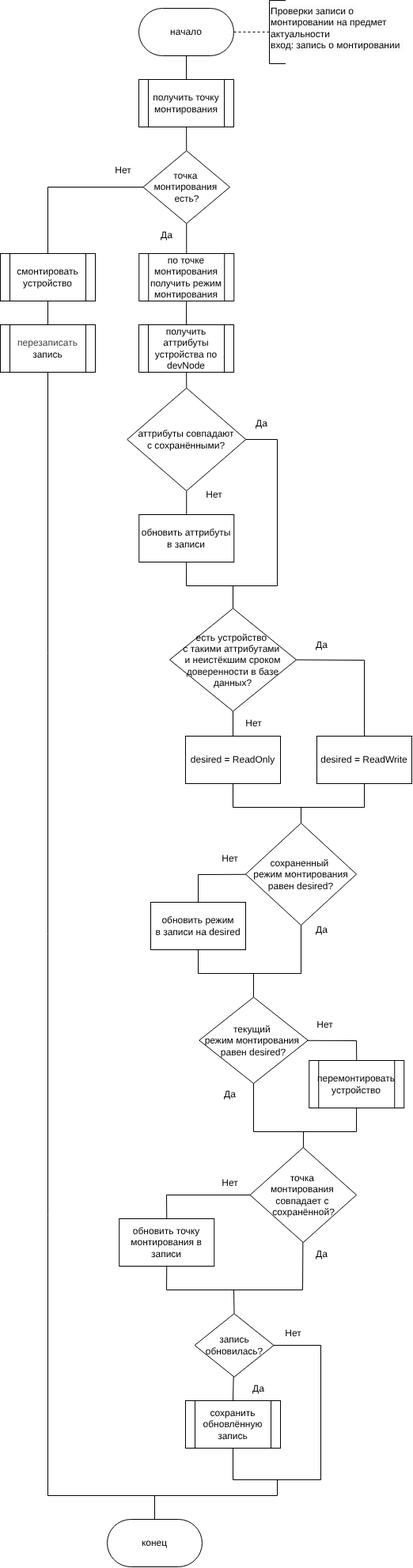
Before: Notes/report/inc/img/refresh_mount_after_reboot_daemon_algo.drawio.png, a diagram exported from draw.io (pitsmit/Diploma_IU7_2026). Source tidied: cells renumbered, new cells last; positions are measured from the earlier drawing's top-left corner, leaving out a move shared by most shapes.
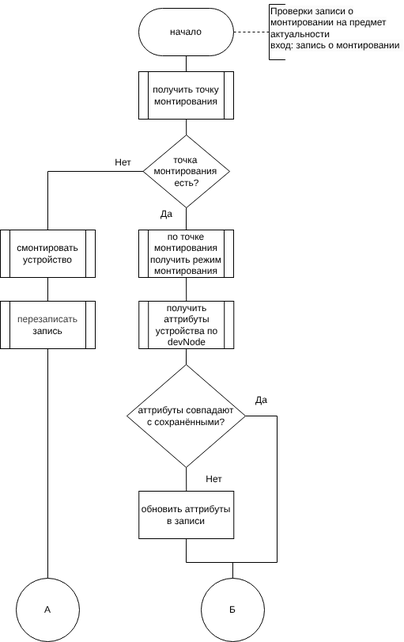
Above is the later version.

The edit, as a diff of the source:
```diff
@@ -9,7 +9,7 @@
       <mxGeometry relative="1" as="geometry" />
     </mxCell>
     <mxCell id="4" value="начало" style="rounded=1;whiteSpace=wrap;html=1;arcSize=50;" parent="1" vertex="1">
-      <mxGeometry x="175" y="10" width="120" height="60" as="geometry" />
+      <mxGeometry x="175" y="20" width="120" height="60" as="geometry" />
     </mxCell>
     <mxCell id="5" style="edgeStyle=none;html=1;entryX=0.5;entryY=0;entryDx=0;entryDy=0;endArrow=none;endFill=0;" parent="1" edge="1" source="6" target="9">
       <mxGeometry relative="1" as="geometry" />
@@ -20,7 +20,7 @@
     <mxCell id="7" style="edgeStyle=none;html=1;exitX=0;exitY=0.5;exitDx=0;exitDy=0;entryX=0.5;entryY=0;entryDx=0;entryDy=0;rounded=0;curved=0;endArrow=none;endFill=0;" parent="1" edge="1" source="9" target="10">
       <mxGeometry relative="1" as="geometry">
         <Array as="points">
-          <mxPoint x="60" y="236" />
+          <mxPoint x="60" y="226" />
         </Array>
       </mxGeometry>
     </mxCell>
@@ -28,244 +28,79 @@
       <mxGeometry relative="1" as="geometry" />
     </mxCell>
     <mxCell id="9" value="&lt;font style=&quot;color: rgb(0, 0, 0);&quot;&gt;точка&amp;nbsp;&lt;/font&gt;&lt;div&gt;&lt;font style=&quot;color: rgb(0, 0, 0);&quot;&gt;монтирования&amp;nbsp;&lt;/font&gt;&lt;div&gt;&lt;font style=&quot;color: rgb(0, 0, 0);&quot;&gt;есть?&lt;/font&gt;&lt;/div&gt;&lt;/div&gt;" style="rhombus;whiteSpace=wrap;html=1;" parent="1" vertex="1">
-      <mxGeometry x="180.5" y="190" width="109.5" height="92" as="geometry" />
+      <mxGeometry x="180.5" y="180" width="109.5" height="92" as="geometry" />
     </mxCell>
     <mxCell id="10" value="&lt;font style=&quot;color: rgb(0, 0, 0);&quot;&gt;смонтировать&lt;/font&gt;&lt;div&gt;&lt;font style=&quot;color: rgb(0, 0, 0);&quot;&gt;устройство&lt;/font&gt;&lt;/div&gt;" style="shape=process;whiteSpace=wrap;html=1;backgroundOutline=1;" parent="1" vertex="1">
-      <mxGeometry y="320" width="120" height="60" as="geometry" />
+      <mxGeometry y="300" width="120" height="60" as="geometry" />
     </mxCell>
     <mxCell id="11" style="edgeStyle=none;html=1;entryX=0.5;entryY=0;entryDx=0;entryDy=0;endArrow=none;endFill=0;exitX=0.5;exitY=1;exitDx=0;exitDy=0;" parent="1" edge="1" source="10" target="38">
       <mxGeometry relative="1" as="geometry" />
     </mxCell>
     <mxCell id="12" value="Да" style="text;html=1;align=center;verticalAlign=middle;strokeColor=none;fillColor=none;" parent="1" vertex="1">
-      <mxGeometry x="190" y="282" width="40" height="30" as="geometry" />
+      <mxGeometry x="190" y="265" width="40" height="30" as="geometry" />
     </mxCell>
     <mxCell id="13" value="Нет" style="text;html=1;align=center;verticalAlign=middle;strokeColor=none;fillColor=none;" parent="1" vertex="1">
       <mxGeometry x="135" y="200" width="40" height="30" as="geometry" />
     </mxCell>
     <mxCell id="14" style="shape=partialRectangle;whiteSpace=wrap;html=1;bottom=1;right=1;left=1;top=0;fillColor=none;routingCenterX=-0.5;direction=south;" parent="1" vertex="1">
-      <mxGeometry x="340" width="20" height="80" as="geometry" />
+      <mxGeometry x="340" y="15" width="20" height="70" as="geometry" />
     </mxCell>
     <mxCell id="15" value="&lt;span style=&quot;color: rgb(0, 0, 0); font-family: Helvetica; font-size: 12px; font-style: normal; font-variant-ligatures: normal; font-variant-caps: normal; font-weight: 400; letter-spacing: normal; orphans: 2; text-align: left; text-indent: 0px; text-transform: none; widows: 2; word-spacing: 0px; -webkit-text-stroke-width: 0px; white-space: normal; background-color: rgb(251, 251, 251); text-decoration-thickness: initial; text-decoration-style: initial; text-decoration-color: initial; float: none; display: inline !important;&quot;&gt;Проверки записи о монтировании на предмет актуальности&lt;/span&gt;&lt;div style=&quot;forced-color-adjust: none; scrollbar-color: rgb(226, 226, 226) rgb(251, 251, 251); font-family: Helvetica; font-size: 12px; font-style: normal; font-variant-ligatures: normal; font-variant-caps: normal; font-weight: 400; letter-spacing: normal; orphans: 2; text-align: left; text-indent: 0px; text-transform: none; widows: 2; word-spacing: 0px; -webkit-text-stroke-width: 0px; white-space: normal; background-color: rgb(251, 251, 251); text-decoration-thickness: initial; text-decoration-style: initial; text-decoration-color: initial;&quot;&gt;&lt;font style=&quot;color: rgb(0, 0, 0);&quot;&gt;вход: запись о монтировании&lt;/font&gt;&lt;/div&gt;" style="text;whiteSpace=wrap;html=1;" parent="1" vertex="1">
-      <mxGeometry x="340" width="170" height="85" as="geometry" />
+      <mxGeometry x="340" y="10" width="170" height="85" as="geometry" />
     </mxCell>
-    <mxCell id="16" style="edgeStyle=none;html=1;endArrow=none;endFill=0;exitX=1;exitY=0.5;exitDx=0;exitDy=0;rounded=0;curved=0;entryX=0.5;entryY=0;entryDx=0;entryDy=0;" parent="1" edge="1" source="19" target="52">
-      <mxGeometry relative="1" as="geometry">
-        <Array as="points">
-          <mxPoint x="460" y="834" />
-        </Array>
-      </mxGeometry>
-    </mxCell>
-    <mxCell id="17" style="edgeStyle=none;html=1;exitX=0.5;exitY=1;exitDx=0;exitDy=0;entryX=0.5;entryY=0;entryDx=0;entryDy=0;endArrow=none;endFill=0;" parent="1" edge="1" source="19" target="51">
-      <mxGeometry relative="1" as="geometry" />
-    </mxCell>
-    <mxCell id="18" style="edgeStyle=none;html=1;endArrow=none;endFill=0;exitX=0.5;exitY=0;exitDx=0;exitDy=0;" parent="1" edge="1" source="19">
+    <mxCell id="18" style="edgeStyle=none;html=1;endArrow=none;endFill=0;exitX=0.5;exitY=0;exitDx=0;exitDy=0;" parent="1" edge="1">
       <mxGeometry relative="1" as="geometry">
-        <mxPoint x="294" y="740" as="targetPoint" />
+        <mxPoint x="294" y="748.5" as="sourcePoint" />
+        <mxPoint x="294" y="720" as="targetPoint" />
       </mxGeometry>
     </mxCell>
-    <mxCell id="19" value="есть устройство&amp;nbsp;&lt;div&gt;&lt;font style=&quot;color: rgb(0, 0, 0);&quot;&gt;с такими аттрибутами&amp;nbsp;&lt;/font&gt;&lt;/div&gt;&lt;div&gt;&lt;font style=&quot;color: rgb(0, 0, 0);&quot;&gt;и неистёкшим сроком доверенности в базе данных?&lt;/font&gt;&lt;/div&gt;" style="rhombus;whiteSpace=wrap;html=1;" parent="1" vertex="1">
-      <mxGeometry x="214" y="768.5" width="160" height="130" as="geometry" />
-    </mxCell>
-    <mxCell id="20" value="Да" style="text;html=1;align=center;verticalAlign=middle;strokeColor=none;fillColor=none;" parent="1" vertex="1">
-      <mxGeometry x="385.5" y="800" width="40" height="30" as="geometry" />
-    </mxCell>
     <mxCell id="21" style="edgeStyle=none;html=1;entryX=0.5;entryY=0;entryDx=0;entryDy=0;endArrow=none;endFill=0;rounded=0;curved=0;" parent="1" edge="1" source="22" target="34">
       <mxGeometry relative="1" as="geometry" />
     </mxCell>
     <mxCell id="22" value="&lt;font style=&quot;scrollbar-color: rgb(226, 226, 226) rgb(251, 251, 251); color: rgb(0, 0, 0);&quot;&gt;аттрибуты совпадают&lt;/font&gt;&lt;div style=&quot;color: rgb(63, 63, 63); scrollbar-color: rgb(226, 226, 226) rgb(251, 251, 251);&quot;&gt;&lt;font style=&quot;scrollbar-color: rgb(226, 226, 226) rgb(251, 251, 251); color: rgb(0, 0, 0);&quot;&gt;с сохранёнными?&lt;/font&gt;&lt;/div&gt;" style="rhombus;whiteSpace=wrap;html=1;" parent="1" vertex="1">
-      <mxGeometry x="160.2" y="490" width="150" height="130" as="geometry" />
+      <mxGeometry x="160" y="470" width="150" height="130" as="geometry" />
     </mxCell>
     <mxCell id="23" value="Да" style="text;html=1;align=center;verticalAlign=middle;strokeColor=none;fillColor=none;" parent="1" vertex="1">
-      <mxGeometry x="310" y="520" width="40" height="30" as="geometry" />
+      <mxGeometry x="310" y="500" width="40" height="30" as="geometry" />
     </mxCell>
     <mxCell id="24" value="Нет" style="text;html=1;align=center;verticalAlign=middle;strokeColor=none;fillColor=none;" parent="1" vertex="1">
-      <mxGeometry x="250" y="610" width="40" height="30" as="geometry" />
+      <mxGeometry x="250" y="600" width="40" height="30" as="geometry" />
     </mxCell>
-    <mxCell id="25" value="Нет" style="text;html=1;align=center;verticalAlign=middle;strokeColor=none;fillColor=none;" parent="1" vertex="1">
-      <mxGeometry x="300" y="898.5" width="40" height="30" as="geometry" />
-    </mxCell>
-    <mxCell id="26" style="edgeStyle=none;html=1;entryX=0.5;entryY=0;entryDx=0;entryDy=0;rounded=0;curved=0;endArrow=none;endFill=0;exitX=0;exitY=0.5;exitDx=0;exitDy=0;" parent="1" edge="1" source="29" target="32">
-      <mxGeometry relative="1" as="geometry">
-        <Array as="points">
-          <mxPoint x="210" y="1510" />
-        </Array>
-      </mxGeometry>
-    </mxCell>
-    <mxCell id="27" style="edgeStyle=none;html=1;entryX=0.5;entryY=1;entryDx=0;entryDy=0;rounded=0;curved=0;endArrow=none;endFill=0;" parent="1" edge="1" source="29" target="32">
-      <mxGeometry relative="1" as="geometry">
-        <Array as="points">
-          <mxPoint x="382" y="1630" />
-          <mxPoint x="210" y="1630" />
-        </Array>
-      </mxGeometry>
-    </mxCell>
-    <mxCell id="28" style="edgeStyle=none;html=1;endArrow=none;endFill=0;" parent="1" edge="1" source="29">
-      <mxGeometry relative="1" as="geometry">
-        <mxPoint x="383" y="1430" as="targetPoint" />
-      </mxGeometry>
-    </mxCell>
-    <mxCell id="29" value="&lt;font style=&quot;color: rgb(0, 0, 0);&quot;&gt;точка&amp;nbsp;&lt;/font&gt;&lt;div&gt;&lt;font style=&quot;color: rgb(0, 0, 0);&quot;&gt;монтирования&amp;nbsp;&lt;/font&gt;&lt;div&gt;&lt;font style=&quot;color: rgb(0, 0, 0);&quot;&gt;совпадает с&amp;nbsp;&lt;/font&gt;&lt;/div&gt;&lt;div&gt;&lt;font style=&quot;color: rgb(0, 0, 0);&quot;&gt;сохранённой?&lt;/font&gt;&lt;/div&gt;&lt;/div&gt;" style="rhombus;whiteSpace=wrap;html=1;" parent="1" vertex="1">
-      <mxGeometry x="315.5" y="1450" width="134.5" height="120" as="geometry" />
-    </mxCell>
-    <mxCell id="30" value="Нет" style="text;html=1;align=center;verticalAlign=middle;strokeColor=none;fillColor=none;" parent="1" vertex="1">
-      <mxGeometry x="270.2" y="1480" width="40" height="30" as="geometry" />
-    </mxCell>
-    <mxCell id="31" value="Да" style="text;html=1;align=center;verticalAlign=middle;strokeColor=none;fillColor=none;" parent="1" vertex="1">
-      <mxGeometry x="385.5" y="1570" width="40" height="30" as="geometry" />
-    </mxCell>
-    <mxCell id="32" value="&lt;span style=&quot;color: rgb(0, 0, 0);&quot;&gt;обновить точку монтирования в записи&lt;/span&gt;" style="rounded=0;whiteSpace=wrap;html=1;" parent="1" vertex="1">
-      <mxGeometry x="150.2" y="1540" width="120" height="60" as="geometry" />
-    </mxCell>
     <mxCell id="33" style="edgeStyle=none;html=1;entryX=1;entryY=0.5;entryDx=0;entryDy=0;rounded=0;curved=0;endArrow=none;endFill=0;" parent="1" edge="1" source="34" target="22">
       <mxGeometry relative="1" as="geometry">
         <Array as="points">
-          <mxPoint x="235" y="740" />
-          <mxPoint x="350" y="740" />
-          <mxPoint x="350" y="555" />
+          <mxPoint x="235" y="720" />
+          <mxPoint x="350" y="720" />
+          <mxPoint x="350" y="535" />
         </Array>
       </mxGeometry>
     </mxCell>
     <mxCell id="34" value="&lt;span style=&quot;color: rgb(0, 0, 0);&quot;&gt;обновить аттрибуты&lt;/span&gt;&lt;div&gt;&lt;span style=&quot;color: rgb(0, 0, 0);&quot;&gt;в записи&lt;/span&gt;&lt;/div&gt;" style="rounded=0;whiteSpace=wrap;html=1;" parent="1" vertex="1">
-      <mxGeometry x="175.2" y="650" width="120" height="60" as="geometry" />
+      <mxGeometry x="175.2" y="630" width="120" height="60" as="geometry" />
     </mxCell>
-    <mxCell id="35" style="edgeStyle=none;html=1;endArrow=none;endFill=0;" parent="1" edge="1" source="36">
-      <mxGeometry relative="1" as="geometry">
-        <mxPoint x="195" y="1890" as="targetPoint" />
-      </mxGeometry>
-    </mxCell>
-    <mxCell id="36" value="конец" style="rounded=1;whiteSpace=wrap;html=1;arcSize=50;" parent="1" vertex="1">
-      <mxGeometry x="135" y="1920" width="120" height="60" as="geometry" />
-    </mxCell>
-    <mxCell id="37" style="edgeStyle=none;html=1;rounded=0;curved=0;endArrow=none;endFill=0;" parent="1" edge="1" source="38">
-      <mxGeometry relative="1" as="geometry">
-        <mxPoint x="350" y="1870" as="targetPoint" />
-        <Array as="points">
-          <mxPoint x="60" y="1890" />
-          <mxPoint x="350" y="1890" />
-        </Array>
-      </mxGeometry>
-    </mxCell>
+    <mxCell id="67" style="edgeStyle=none;html=1;endArrow=none;endFill=0;" parent="1" edge="1" source="38" target="69">
+      <mxGeometry relative="1" as="geometry" />
+    </mxCell>
     <mxCell id="38" value="&lt;span style=&quot;color: rgb(63, 63, 63); scrollbar-color: rgb(226, 226, 226) rgb(251, 251, 251);&quot;&gt;перезаписать&lt;/span&gt;&lt;div style=&quot;scrollbar-color: rgb(226, 226, 226) rgb(251, 251, 251); color: rgb(63, 63, 63);&quot;&gt;&lt;font style=&quot;scrollbar-color: rgb(226, 226, 226) rgb(251, 251, 251); color: rgb(0, 0, 0);&quot;&gt;запись&lt;/font&gt;&lt;/div&gt;" style="shape=process;whiteSpace=wrap;html=1;backgroundOutline=1;" parent="1" vertex="1">
-      <mxGeometry y="410" width="120" height="60" as="geometry" />
+      <mxGeometry y="390" width="120" height="60" as="geometry" />
     </mxCell>
     <mxCell id="39" style="edgeStyle=none;html=1;entryX=0.5;entryY=0;entryDx=0;entryDy=0;endArrow=none;endFill=0;" parent="1" edge="1" source="40" target="22">
       <mxGeometry relative="1" as="geometry" />
     </mxCell>
     <mxCell id="40" value="&lt;span style=&quot;color: rgb(0, 0, 0);&quot;&gt;получить аттрибуты устройства по devNode&lt;/span&gt;" style="shape=process;whiteSpace=wrap;html=1;backgroundOutline=1;" parent="1" vertex="1">
-      <mxGeometry x="175" y="410" width="120" height="60" as="geometry" />
+      <mxGeometry x="175.2" y="390" width="120" height="60" as="geometry" />
     </mxCell>
-    <mxCell id="41" style="edgeStyle=none;html=1;endArrow=none;endFill=0;exitX=0.5;exitY=0;exitDx=0;exitDy=0;" parent="1" edge="1" source="45">
-      <mxGeometry relative="1" as="geometry">
-        <mxPoint x="295" y="1630" as="targetPoint" />
-      </mxGeometry>
-    </mxCell>
-    <mxCell id="42" value="сохранить обновлённую запись" style="shape=process;whiteSpace=wrap;html=1;backgroundOutline=1;" parent="1" vertex="1">
-      <mxGeometry x="234" y="1770" width="120" height="60" as="geometry" />
-    </mxCell>
-    <mxCell id="43" style="edgeStyle=none;html=1;entryX=0.5;entryY=0;entryDx=0;entryDy=0;endArrow=none;endFill=0;" parent="1" edge="1" source="45" target="42">
-      <mxGeometry relative="1" as="geometry" />
-    </mxCell>
-    <mxCell id="44" style="edgeStyle=none;html=1;entryX=0.5;entryY=1;entryDx=0;entryDy=0;endArrow=none;endFill=0;rounded=0;curved=0;" parent="1" edge="1" source="45" target="42">
-      <mxGeometry relative="1" as="geometry">
-        <Array as="points">
-          <mxPoint x="405" y="1700" />
-          <mxPoint x="405" y="1870" />
-          <mxPoint x="294" y="1870" />
-        </Array>
-      </mxGeometry>
-    </mxCell>
-    <mxCell id="45" value="запись обновилась?" style="rhombus;whiteSpace=wrap;html=1;" parent="1" vertex="1">
-      <mxGeometry x="245.5" y="1660" width="100" height="80" as="geometry" />
-    </mxCell>
     <mxCell id="46" style="edgeStyle=none;html=1;entryX=0.5;entryY=0;entryDx=0;entryDy=0;endArrow=none;endFill=0;" parent="1" edge="1" source="47" target="40">
       <mxGeometry relative="1" as="geometry" />
     </mxCell>
     <mxCell id="47" value="по точке монтирования получить режим монтирования" style="shape=process;whiteSpace=wrap;html=1;backgroundOutline=1;" parent="1" vertex="1">
-      <mxGeometry x="175.2" y="320" width="120" height="60" as="geometry" />
+      <mxGeometry x="175" y="300" width="120" height="60" as="geometry" />
     </mxCell>
-    <mxCell id="48" value="Нет" style="text;html=1;align=center;verticalAlign=middle;strokeColor=none;fillColor=none;" parent="1" vertex="1">
-      <mxGeometry x="350.2" y="1670" width="40" height="30" as="geometry" />
-    </mxCell>
-    <mxCell id="49" value="Да" style="text;html=1;align=center;verticalAlign=middle;strokeColor=none;fillColor=none;" parent="1" vertex="1">
-      <mxGeometry x="305.5" y="1740" width="40" height="30" as="geometry" />
-    </mxCell>
-    <mxCell id="50" style="edgeStyle=none;html=1;entryX=0.5;entryY=1;entryDx=0;entryDy=0;endArrow=none;endFill=0;rounded=0;curved=0;" parent="1" edge="1" source="51" target="52">
-      <mxGeometry relative="1" as="geometry">
-        <Array as="points">
-          <mxPoint x="294" y="1020" />
-          <mxPoint x="460" y="1020" />
-        </Array>
-      </mxGeometry>
-    </mxCell>
-    <mxCell id="51" value="desired = ReadOnly" style="rounded=0;whiteSpace=wrap;html=1;" parent="1" vertex="1">
-      <mxGeometry x="234" y="930" width="120" height="60" as="geometry" />
-    </mxCell>
-    <mxCell id="52" value="desired = ReadWrite" style="rounded=0;whiteSpace=wrap;html=1;" parent="1" vertex="1">
-      <mxGeometry x="400" y="930" width="120" height="60" as="geometry" />
-    </mxCell>
-    <mxCell id="53" style="edgeStyle=none;html=1;endArrow=none;endFill=0;" parent="1" edge="1" source="55">
-      <mxGeometry relative="1" as="geometry">
-        <mxPoint x="380" y="1020" as="targetPoint" />
-      </mxGeometry>
-    </mxCell>
-    <mxCell id="54" style="edgeStyle=none;html=1;entryX=0.5;entryY=0;entryDx=0;entryDy=0;endArrow=none;endFill=0;rounded=0;curved=0;" parent="1" edge="1" source="55" target="57">
-      <mxGeometry relative="1" as="geometry">
-        <Array as="points">
-          <mxPoint x="250" y="1105" />
-        </Array>
-      </mxGeometry>
-    </mxCell>
-    <mxCell id="55" value="сохраненный&amp;nbsp;&lt;div&gt;&lt;font style=&quot;color: rgb(0, 0, 0);&quot;&gt;режим монтирования равен desired?&lt;/font&gt;&lt;/div&gt;" style="rhombus;whiteSpace=wrap;html=1;" parent="1" vertex="1">
-      <mxGeometry x="310" y="1040" width="140" height="129" as="geometry" />
-    </mxCell>
-    <mxCell id="56" style="edgeStyle=none;html=1;entryX=0.5;entryY=1;entryDx=0;entryDy=0;endArrow=none;endFill=0;rounded=0;curved=0;" parent="1" edge="1" source="57" target="55">
-      <mxGeometry relative="1" as="geometry">
-        <Array as="points">
-          <mxPoint x="250" y="1230" />
-          <mxPoint x="380" y="1230" />
-        </Array>
-      </mxGeometry>
-    </mxCell>
-    <mxCell id="57" value="&lt;span style=&quot;color: rgb(0, 0, 0);&quot;&gt;обновить режим&lt;/span&gt;&lt;div&gt;&lt;span style=&quot;color: rgb(0, 0, 0);&quot;&gt;в записи на desired&lt;/span&gt;&lt;/div&gt;" style="rounded=0;whiteSpace=wrap;html=1;" parent="1" vertex="1">
-      <mxGeometry x="190" y="1140" width="120" height="60" as="geometry" />
-    </mxCell>
-    <mxCell id="58" value="Нет" style="text;html=1;align=center;verticalAlign=middle;strokeColor=none;fillColor=none;" parent="1" vertex="1">
-      <mxGeometry x="270" y="1070" width="40" height="30" as="geometry" />
-    </mxCell>
-    <mxCell id="59" style="edgeStyle=none;html=1;exitX=0.5;exitY=0;exitDx=0;exitDy=0;endArrow=none;endFill=0;" parent="1" edge="1" source="61">
-      <mxGeometry relative="1" as="geometry">
-        <mxPoint x="320" y="1230" as="targetPoint" />
-      </mxGeometry>
-    </mxCell>
-    <mxCell id="60" style="edgeStyle=none;html=1;entryX=0.5;entryY=0;entryDx=0;entryDy=0;endArrow=none;endFill=0;rounded=0;curved=0;" parent="1" edge="1" source="61" target="63">
-      <mxGeometry relative="1" as="geometry">
-        <Array as="points">
-          <mxPoint x="450" y="1315" />
-        </Array>
-      </mxGeometry>
-    </mxCell>
-    <mxCell id="61" value="&lt;font style=&quot;scrollbar-color: rgb(226, 226, 226) rgb(251, 251, 251); color: rgb(0, 0, 0);&quot;&gt;текущий&amp;nbsp;&lt;/font&gt;&lt;div style=&quot;color: rgb(63, 63, 63); scrollbar-color: rgb(226, 226, 226) rgb(251, 251, 251);&quot;&gt;&lt;font style=&quot;scrollbar-color: rgb(226, 226, 226) rgb(251, 251, 251); color: rgb(0, 0, 0);&quot;&gt;режим монтирования&amp;nbsp;&lt;br&gt;&lt;/font&gt;&lt;div style=&quot;color: rgb(63, 63, 63); scrollbar-color: rgb(226, 226, 226) rgb(251, 251, 251);&quot;&gt;&lt;font style=&quot;scrollbar-color: rgb(226, 226, 226) rgb(251, 251, 251); color: rgb(0, 0, 0);&quot;&gt;&lt;span style=&quot;color: rgb(0, 0, 0); background-color: transparent;&quot;&gt;равен desired&lt;/span&gt;?&lt;/font&gt;&lt;/div&gt;&lt;/div&gt;" style="rhombus;whiteSpace=wrap;html=1;" parent="1" vertex="1">
-      <mxGeometry x="251.2" y="1260" width="137.5" height="109" as="geometry" />
-    </mxCell>
-    <mxCell id="62" style="edgeStyle=none;html=1;entryX=0.5;entryY=1;entryDx=0;entryDy=0;endArrow=none;endFill=0;rounded=0;curved=0;" parent="1" edge="1" source="63" target="61">
-      <mxGeometry relative="1" as="geometry">
-        <Array as="points">
-          <mxPoint x="450" y="1430" />
-          <mxPoint x="320" y="1430" />
-        </Array>
-      </mxGeometry>
-    </mxCell>
-    <mxCell id="63" value="&lt;font style=&quot;color: rgb(0, 0, 0);&quot;&gt;перемонтировать&lt;/font&gt;&lt;div&gt;&lt;font style=&quot;color: rgb(0, 0, 0);&quot;&gt;устройство&lt;/font&gt;&lt;/div&gt;" style="shape=process;whiteSpace=wrap;html=1;backgroundOutline=1;" parent="1" vertex="1">
-      <mxGeometry x="390.2" y="1340" width="120" height="60" as="geometry" />
-    </mxCell>
-    <mxCell id="64" value="Нет" style="text;html=1;align=center;verticalAlign=middle;strokeColor=none;fillColor=none;" parent="1" vertex="1">
-      <mxGeometry x="390.2" y="1280" width="40" height="30" as="geometry" />
-    </mxCell>
-    <mxCell id="65" value="Да" style="text;html=1;align=center;verticalAlign=middle;strokeColor=none;fillColor=none;" parent="1" vertex="1">
-      <mxGeometry x="385.5" y="1160" width="40" height="30" as="geometry" />
-    </mxCell>
-    <mxCell id="66" value="Да" style="text;html=1;align=center;verticalAlign=middle;strokeColor=none;fillColor=none;" parent="1" vertex="1">
-      <mxGeometry x="270" y="1368" width="40" height="30" as="geometry" />
-    </mxCell>
+    <mxCell id="68" value="Б" style="ellipse;whiteSpace=wrap;html=1;" parent="1" vertex="1">
+      <mxGeometry x="254" y="740" width="80" height="80" as="geometry" />
+    </mxCell>
+    <mxCell id="69" value="А" style="ellipse;whiteSpace=wrap;html=1;" parent="1" vertex="1">
+      <mxGeometry x="20" y="740" width="80" height="80" as="geometry" />
+    </mxCell>
   </root>
 </mxGraphModel>
```
